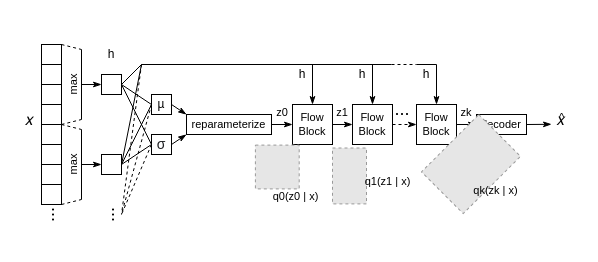
bbyiringiro/Advanced-Topics-in-Machine-Learning-ATML_HT22--Flows keeps this draw.io diagram as images/arch/architecture.drawio. Above is the earlier version. Source tidied: cells renumbered, new cells numbered last; positions are measured from the earlier drawing's top-left corner, leaving out a move shared by most shapes. Both pictures are drawn from the tidied source at 100%, with x=0, y=0 at pixel (17, 44). Pictures stored in the file or linked from it are replaced by grey dashed boxes.
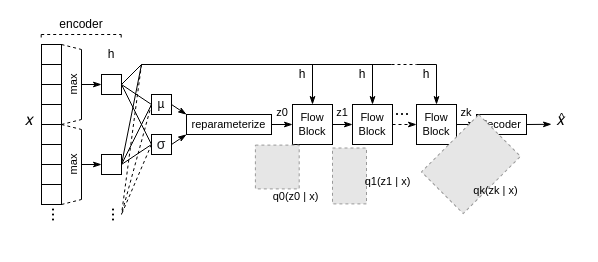
Above is the later version.

The edit, as a diff of the source:
```diff
@@
+    <mxCell id="78" style="endArrow=none;html=1;rounded=0;dashed=1;" parent="1" edge="1">
+      <mxGeometry relative="1" as="geometry">
+        <mxPoint x="23.7" y="-10" as="sourcePoint" />
+        <mxPoint x="103.7" y="-10" as="targetPoint" />
+      </mxGeometry>
+    </mxCell>
+    <mxCell id="79" style="endArrow=none;html=1;rounded=0;dashed=1;" parent="1" edge="1">
+      <mxGeometry relative="1" as="geometry">
+        <mxPoint x="23.7" y="-10" as="sourcePoint" />
+        <mxPoint x="23.7" y="-5" as="targetPoint" />
+      </mxGeometry>
+    </mxCell>
+    <mxCell id="80" style="endArrow=none;html=1;rounded=0;dashed=1;" parent="1" edge="1">
+      <mxGeometry relative="1" as="geometry">
+        <mxPoint x="103.7" y="-10" as="sourcePoint" />
+        <mxPoint x="103.7" y="-5" as="targetPoint" />
+      </mxGeometry>
+    </mxCell>
+    <mxCell id="81" value="encoder" style="text;html=1;strokeColor=none;fillColor=none;align=center;verticalAlign=middle;whiteSpace=wrap;rounded=0;dashed=1;" parent="1" vertex="1">
+      <mxGeometry x="34" y="-25" width="60" height="10" as="geometry" />
+    </mxCell>
```
